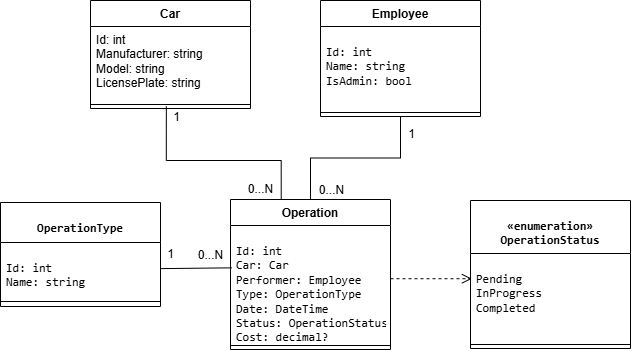
Earlier version of the draw.io export FleetClassDiagram.png (murakas82/programmeerimine2). Source tidied: cells renumbered, new cells last; positions are measured from the earlier drawing's top-left corner, leaving out a move shared by most shapes.
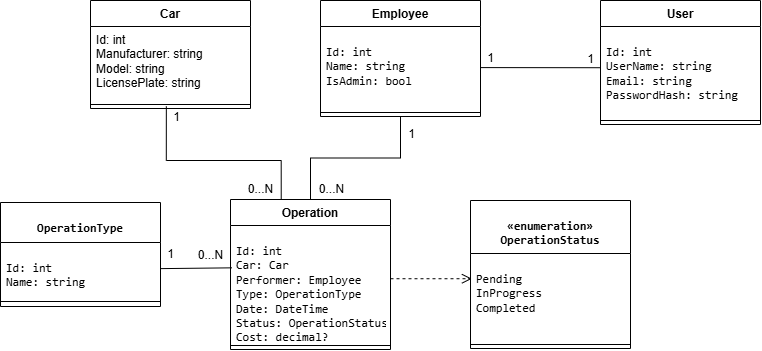
Later version of the same file.

Commit message:
User class added

The edit, as a diff of the source:
```diff
@@ -96,5 +96,27 @@
         <mxPoint x="-9" y="-13" as="offset" />
       </mxGeometry>
     </mxCell>
+    <mxCell id="27" value="User" style="swimlane;fontStyle=1;align=center;verticalAlign=top;horizontal=1;startSize=26;whiteSpace=wrap;html=1;" parent="1" vertex="1">
+      <mxGeometry x="600" width="160" height="124" as="geometry" />
+    </mxCell>
+    <mxCell id="28" value="&lt;pre dir=&quot;ltr&quot;&gt;&lt;code&gt;Id: int&lt;br/&gt;UserName: string&lt;br/&gt;Email: string&lt;br/&gt;PasswordHash: string&lt;/code&gt;&lt;/pre&gt;" style="text;strokeColor=none;fillColor=none;align=left;verticalAlign=top;spacingLeft=4;spacingRight=4;overflow=hidden;points=[[0,0.5],[1,0.5]];portConstraint=eastwest;whiteSpace=wrap;html=1;" parent="27" vertex="1">
+      <mxGeometry y="26" width="160" height="90" as="geometry" />
+    </mxCell>
+    <mxCell id="29" style="line;strokeWidth=1;fillColor=none;align=left;verticalAlign=middle;spacingTop=-1;spacingLeft=3;spacingRight=3;labelPosition=right;strokeColor=inherit;" parent="27" vertex="1">
+      <mxGeometry y="116" width="160" height="8" as="geometry" />
+    </mxCell>
+    <mxCell id="30" style="edgeStyle=none;curved=1;rounded=0;curveGeometry=1;jettySize=auto;html=1;fontSize=12;startSize=8;endSize=8;endArrow=none;endFill=0;entryX=-0.003;entryY=0.458;entryDx=0;entryDy=0;entryPerimeter=0;" parent="1" edge="1" source="12" target="28">
+      <mxGeometry relative="1" as="geometry" />
+    </mxCell>
+    <mxCell id="31" value="1" style="edgeLabel;html=1;align=center;verticalAlign=middle;fontSize=12;" parent="30" vertex="1">
+      <mxGeometry x="-0.74" y="-2" relative="1" as="geometry">
+        <mxPoint x="-6" y="-12" as="offset" />
+      </mxGeometry>
+    </mxCell>
+    <mxCell id="32" value="1" style="edgeLabel;html=1;align=center;verticalAlign=middle;fontSize=12;" parent="30" vertex="1">
+      <mxGeometry x="0.68" y="1" relative="1" as="geometry">
+        <mxPoint x="9" y="-8" as="offset" />
+      </mxGeometry>
+    </mxCell>
   </root>
 </mxGraphModel>
```
